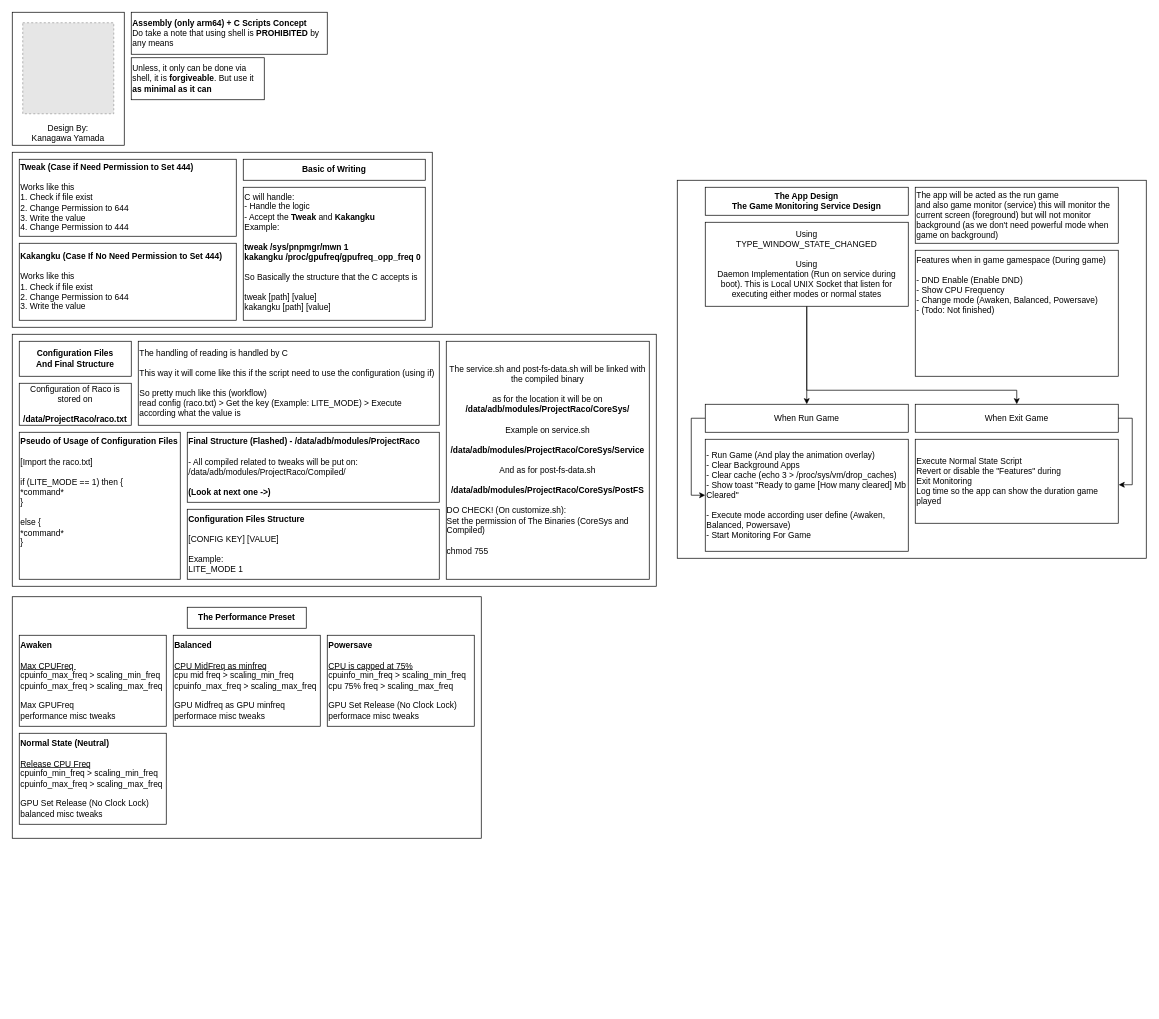
LoggingNewMemory/Project-Raco keeps this draw.io diagram as Designs/Structure of Project Raco.drawio. Above is the earlier version. Source tidied: cells renumbered, new cells numbered last; positions are measured from the earlier drawing's top-left corner, leaving out a move shared by most shapes. Both pictures are drawn from the tidied source at 70%, with x=0, y=0 at pixel (12, 12). Pictures stored in the file or linked from it are replaced by grey dashed boxes.
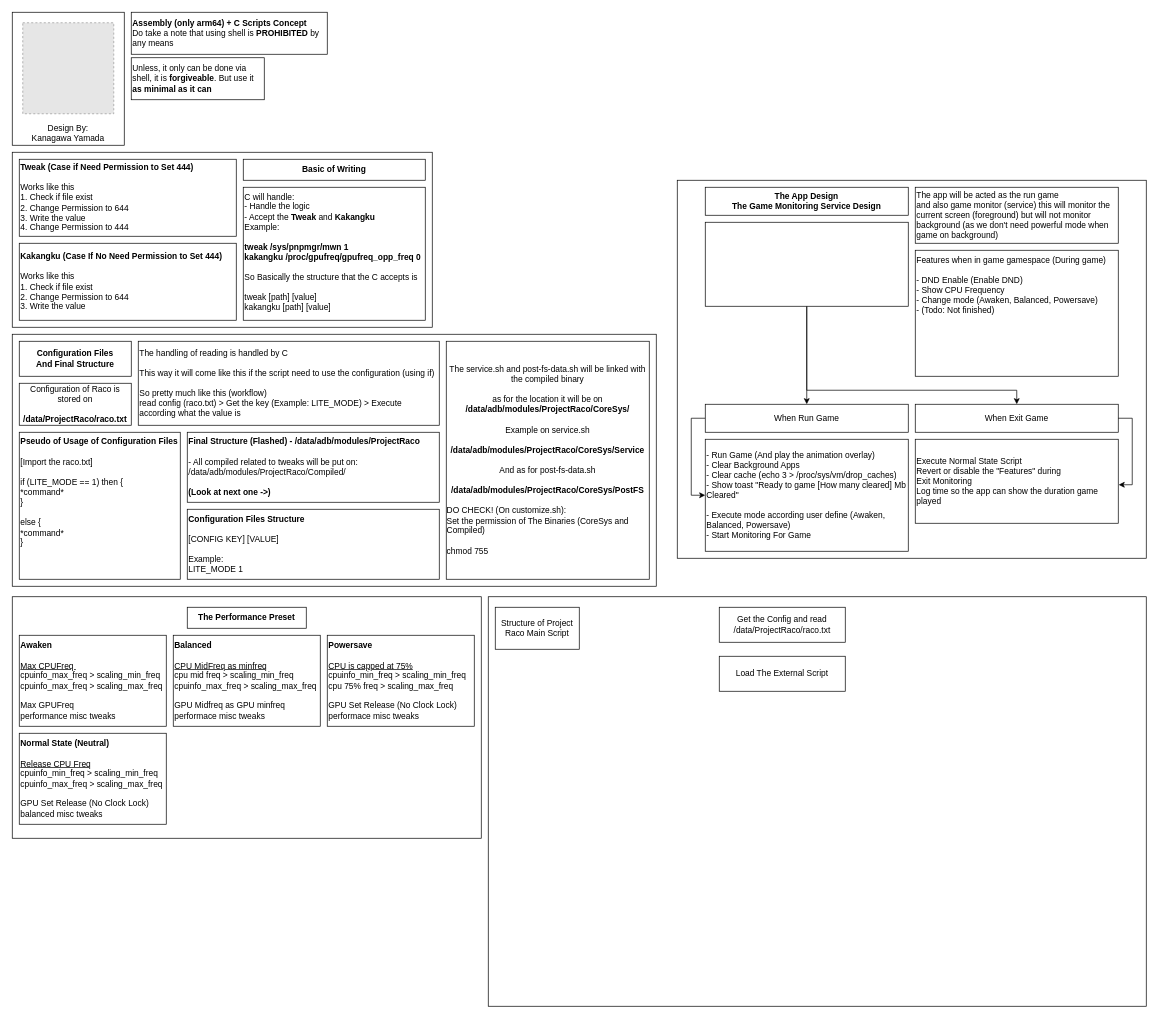
Above is the later version.

Diff of the diagram source:
```diff
@@
-    <mxCell id="38" value="&lt;div&gt;Using&lt;/div&gt;&lt;div&gt;TYPE_WINDOW_STATE_CHANGED&lt;/div&gt;&lt;div&gt;&lt;br&gt;&lt;/div&gt;&lt;div&gt;Using&lt;/div&gt;&lt;div&gt;Daemon Implementation (Run on service during boot). This is&amp;nbsp;Local UNIX Socket that listen for executing either modes or normal states&lt;/div&gt;" style="rounded=0;whiteSpace=wrap;html=1;" parent="1" vertex="1">
+    <mxCell id="38" value=" " style="rounded=0;whiteSpace=wrap;html=1;" parent="1" vertex="1">
       <mxGeometry x="990" y="300" width="290" height="120" as="geometry" />
     </mxCell>
+    <mxCell id="39" style="rounded=0;whiteSpace=wrap;html=1;" parent="1" vertex="1">
+      <mxGeometry x="680" y="835" width="940" height="585" as="geometry" />
+    </mxCell>
+    <mxCell id="40" value="Structure of Project Raco Main Script" style="rounded=0;whiteSpace=wrap;html=1;" parent="1" vertex="1">
+      <mxGeometry x="690" y="850" width="120" height="60" as="geometry" />
+    </mxCell>
+    <mxCell id="41" value="Get the Config and read&lt;div&gt;/data/ProjectRaco/raco.txt&lt;/div&gt;" style="rounded=0;whiteSpace=wrap;html=1;" parent="1" vertex="1">
+      <mxGeometry x="1010" y="850" width="180" height="50" as="geometry" />
+    </mxCell>
+    <mxCell id="42" value="Load The External Script" style="rounded=0;whiteSpace=wrap;html=1;" parent="1" vertex="1">
+      <mxGeometry x="1010" y="920" width="180" height="50" as="geometry" />
+    </mxCell>
```
